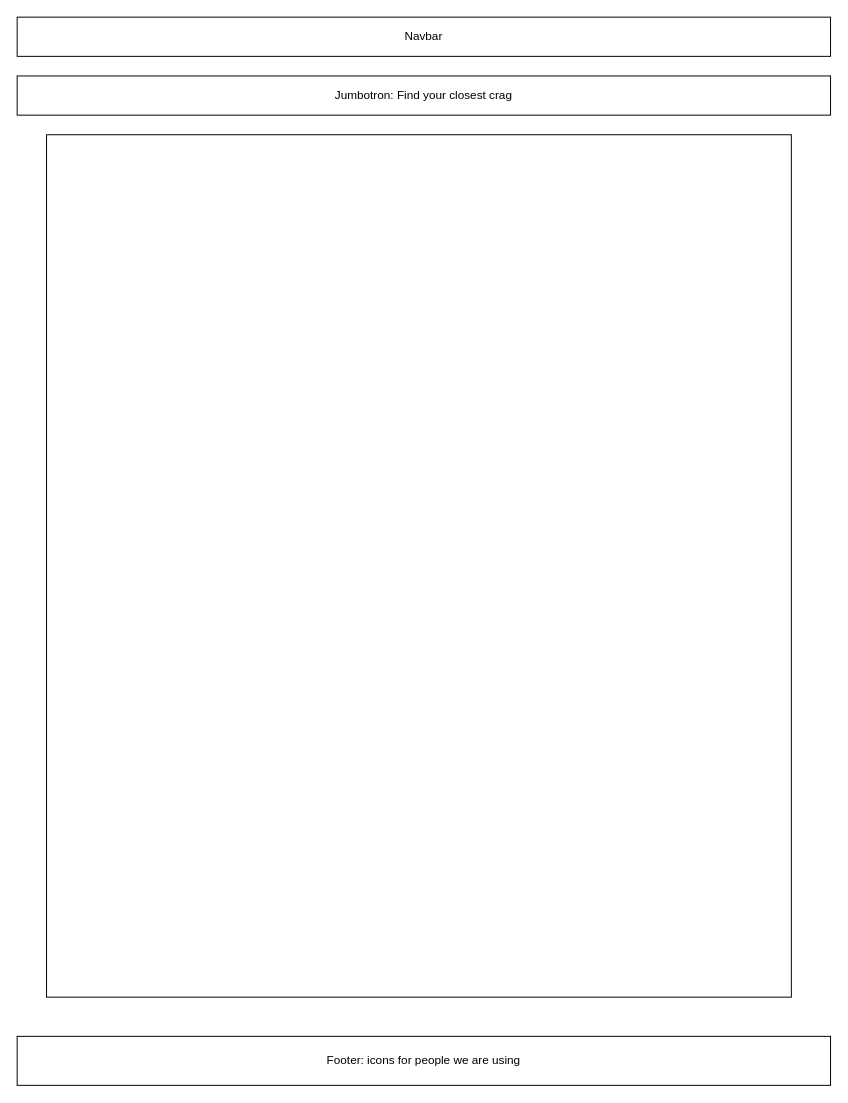
The draw.io diagram page "CragSearch" (7 of 9) of Untitled Diagram.drawio in the-master-chefs/rockclimbingapp, before the edit. Source tidied: cells renumbered, new cells numbered last; positions are measured from the earlier drawing's top-left corner, leaving out a move shared by most shapes. Both pictures are drawn from the tidied source at 98%, with x=0, y=0 at pixel (17, 17).
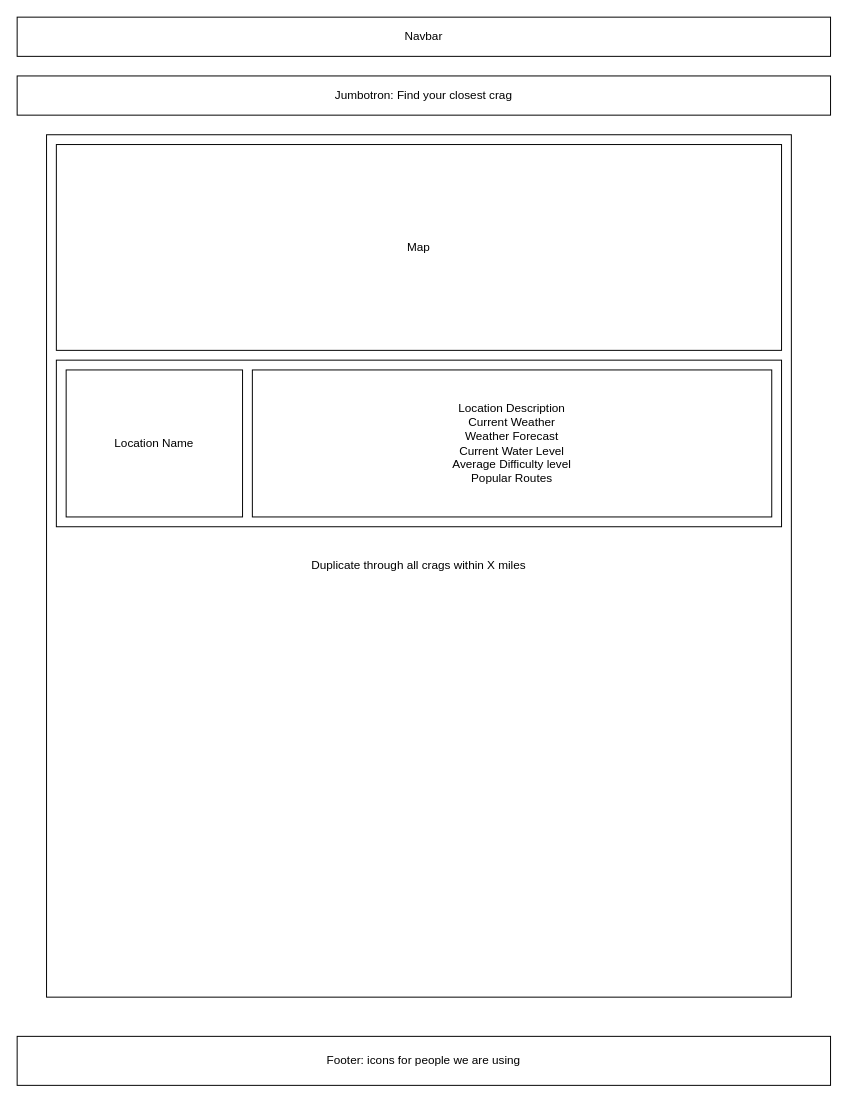
After the change.

Change to the diagram source:
```diff
@@
 <mxGraphModel>
   <root>
     <mxCell id="0" />
     <mxCell id="1" parent="0" />
     <mxCell id="2" value="&lt;span style=&quot;white-space: normal&quot;&gt;Navbar&lt;/span&gt;" style="rounded=0;whiteSpace=wrap;html=1;" parent="1" vertex="1">
       <mxGeometry width="830" height="40" as="geometry" />
     </mxCell>
     <mxCell id="3" value="&lt;span style=&quot;white-space: normal&quot;&gt;Jumbotron: Find your closest crag&lt;/span&gt;" style="rounded=0;whiteSpace=wrap;html=1;" parent="1" vertex="1">
       <mxGeometry y="60" width="830" height="40" as="geometry" />
     </mxCell>
     <mxCell id="4" value="Footer: icons for people we are using" style="rounded=0;whiteSpace=wrap;html=1;" parent="1" vertex="1">
       <mxGeometry y="1040" width="830" height="50" as="geometry" />
     </mxCell>
-    <mxCell id="5" style="rounded=0;whiteSpace=wrap;html=1;" parent="1" vertex="1">
+    <mxCell id="5" value="Duplicate through all crags within X miles" style="rounded=0;whiteSpace=wrap;html=1;" parent="1" vertex="1">
       <mxGeometry x="30" y="120" width="760" height="880" as="geometry" />
     </mxCell>
+    <mxCell id="6" value="Map" style="rounded=0;whiteSpace=wrap;html=1;" parent="1" vertex="1">
+      <mxGeometry x="40" y="130" width="740" height="210" as="geometry" />
+    </mxCell>
+    <mxCell id="7" style="rounded=0;whiteSpace=wrap;html=1;" parent="1" vertex="1">
+      <mxGeometry x="40" y="350" width="740" height="170" as="geometry" />
+    </mxCell>
+    <mxCell id="8" value="Location Name" style="rounded=0;whiteSpace=wrap;html=1;" parent="1" vertex="1">
+      <mxGeometry x="50" y="360" width="180" height="150" as="geometry" />
+    </mxCell>
+    <mxCell id="9" value="Location Description&lt;br&gt;Current Weather&lt;br&gt;Weather Forecast&lt;br&gt;Current Water Level&lt;br&gt;Average Difficulty level&lt;br&gt;Popular Routes" style="rounded=0;whiteSpace=wrap;html=1;" parent="1" vertex="1">
+      <mxGeometry x="240" y="360" width="530" height="150" as="geometry" />
+    </mxCell>
   </root>
 </mxGraphModel>
```
